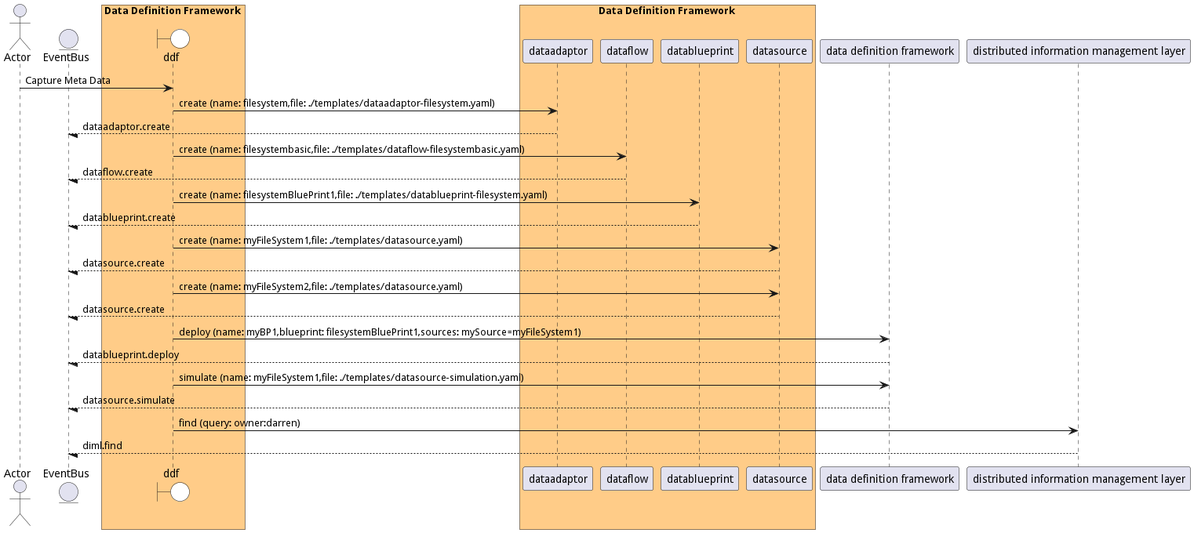
Earlier version of the PlantUML export docs/edgemere/diml/ddf/usecases/managemetadata/CaptureMetaData.png (madajaju/edgemere).
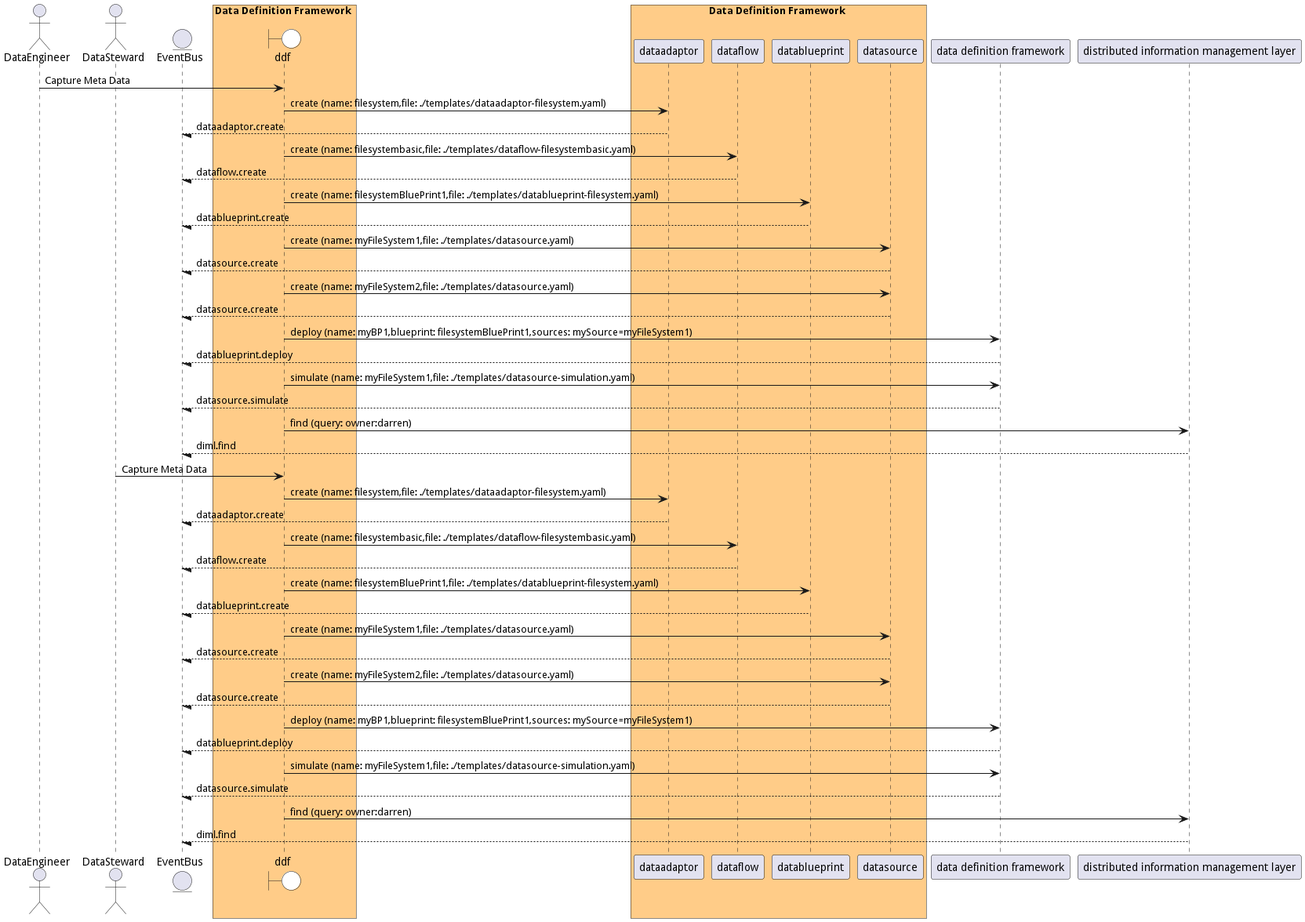
Above is the later version.

Change to the diagram source:
```diff
@@ -1,6 +1,8 @@
 @startuml
 
-actor "Actor"
+actor "DataEngineer"
+
+actor "DataSteward"
 
 
 entity EventBus
@@ -21,7 +23,42 @@
     end box
 
 
-"Actor" -> ddf: Capture Meta Data
+"DataEngineer" -> ddf: Capture Meta Data
+
+    ddf -> "dataadaptor": create (name: filesystem,file: ./templates/dataadaptor-filesystem.yaml)
+
+    "dataadaptor" --/ EventBus: dataadaptor.create
+
+    ddf -> "dataflow": create (name: filesystembasic,file: ./templates/dataflow-filesystembasic.yaml)
+
+    "dataflow" --/ EventBus: dataflow.create
+
+    ddf -> "datablueprint": create (name: filesystemBluePrint1,file: ./templates/datablueprint-filesystem.yaml)
+
+    "datablueprint" --/ EventBus: datablueprint.create
+
+    ddf -> "datasource": create (name: myFileSystem1,file: ./templates/datasource.yaml)
+
+    "datasource" --/ EventBus: datasource.create
+
+    ddf -> "datasource": create (name: myFileSystem2,file: ./templates/datasource.yaml)
+
+    "datasource" --/ EventBus: datasource.create
+
+    ddf -> "data definition framework": deploy (name: myBP1,blueprint: filesystemBluePrint1,sources: mySource=myFileSystem1)
+
+    "data definition framework" --/ EventBus: datablueprint.deploy
+
+    ddf -> "data definition framework": simulate (name: myFileSystem1,file: ./templates/datasource-simulation.yaml)
+
+    "data definition framework" --/ EventBus: datasource.simulate
+
+    ddf -> "distributed information management layer": find (query: owner:darren)
+
+    "distributed information management layer" --/ EventBus: diml.find
+
+
+"DataSteward" -> ddf: Capture Meta Data
 
     ddf -> "dataadaptor": create (name: filesystem,file: ./templates/dataadaptor-filesystem.yaml)
 
```
